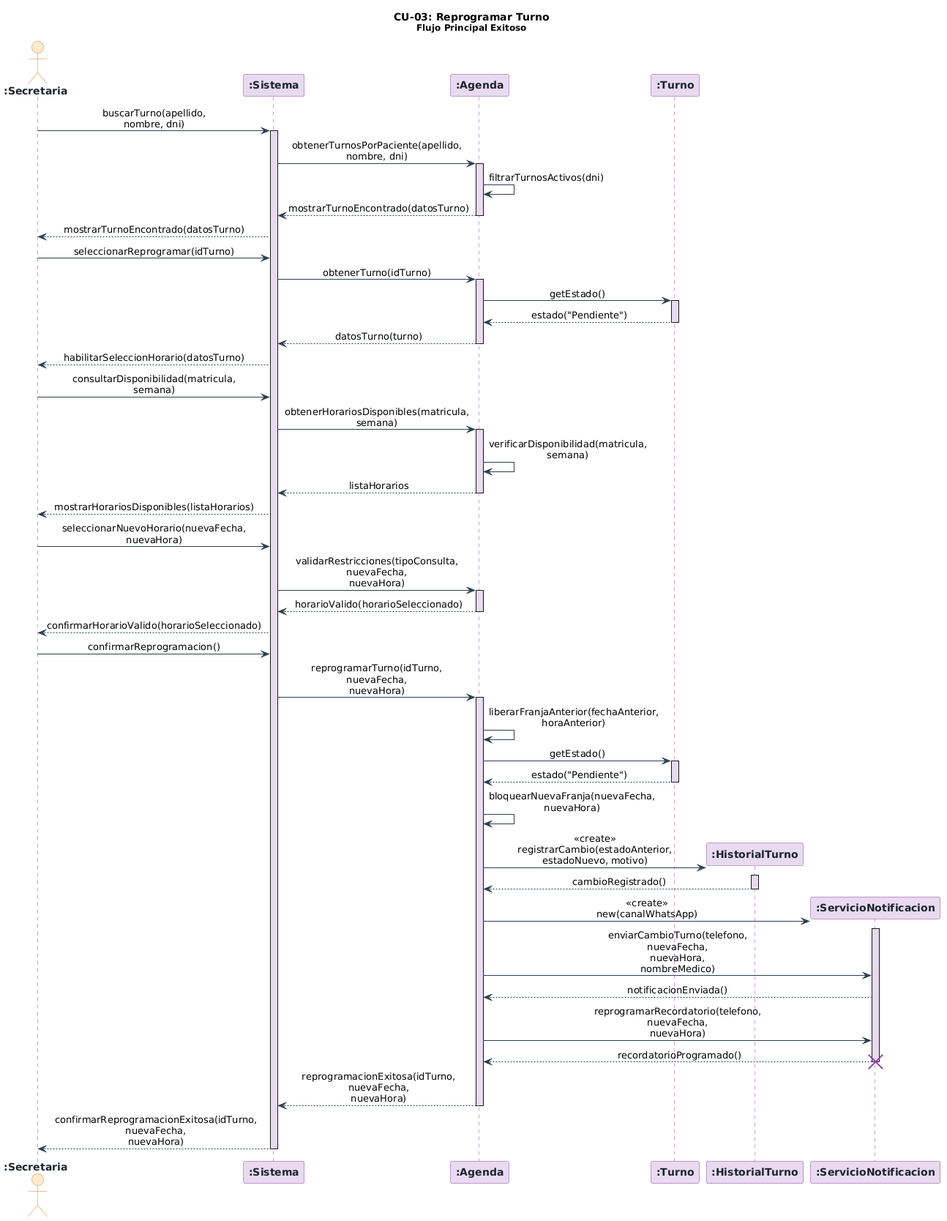
The PlantUML diagram diagramas/05-diagramas-secuencia/05-cu03-reprogramar-turno.png in angelgc9107-lgtm/SistemaTurnosMedicos_GP6, before a commit.
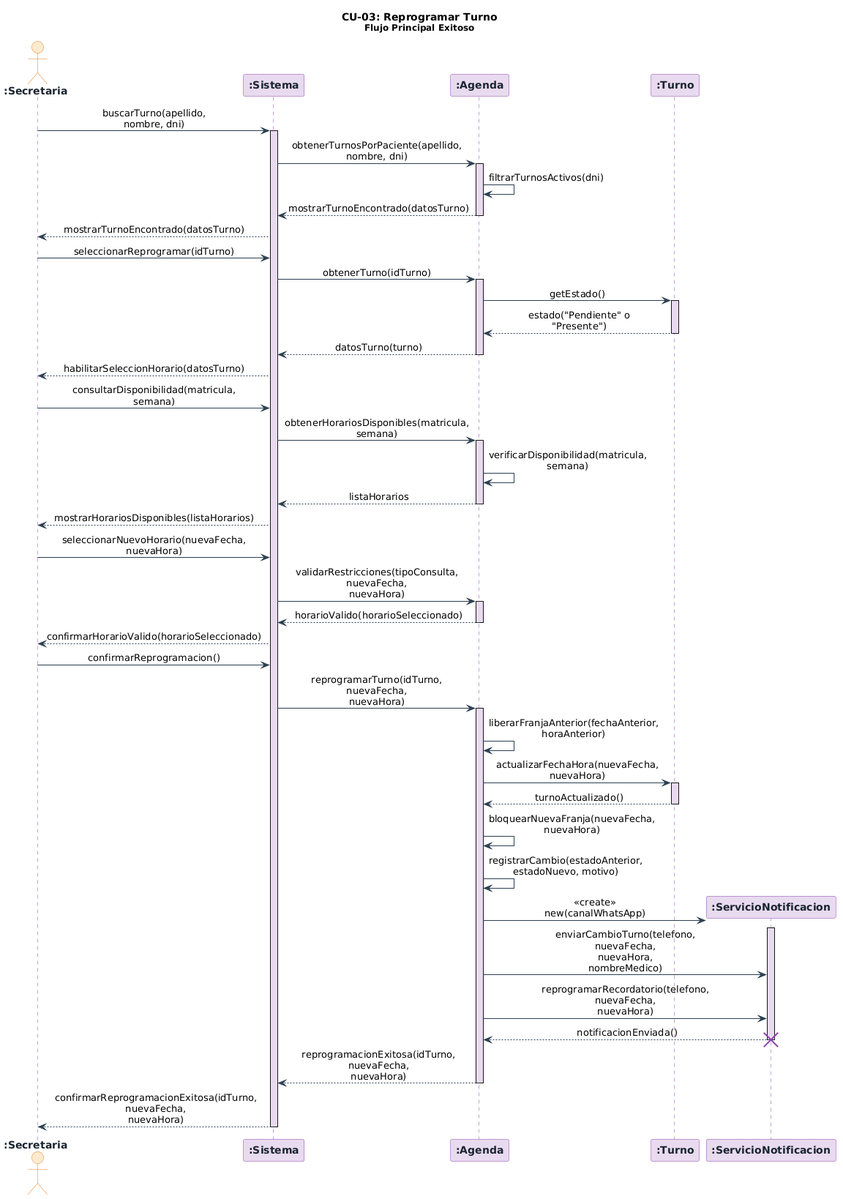
Later version of the same file.

Change to the diagram source:
```diff
@@ -28,7 +28,6 @@
 participant ":Sistema"                  as sistema
 participant ":Agenda"                   as agenda
 participant ":Turno"                    as turno
-participant ":HistorialTurno"           as historialTurno
 participant ":ServicioNotificacion"     as svcNotificacion
 
 secretaria  ->  sistema             : buscarTurno(apellido, nombre, dni)
@@ -45,7 +44,7 @@
 activate agenda
 agenda      ->  turno               : getEstado()
 activate turno
-turno       -->  agenda             : estado("Pendiente")
+turno       -->  agenda             : estado("Pendiente" o "Presente")
 deactivate turno
 agenda      -->  sistema            : datosTurno(turno)
 deactivate agenda
@@ -72,29 +71,22 @@
 
 agenda      ->  agenda              : liberarFranjaAnterior(fechaAnterior, horaAnterior)
 
-agenda      ->  turno               : getEstado()
+agenda      ->  turno               : actualizarFechaHora(nuevaFecha, nuevaHora)
 activate turno
-turno       -->  agenda             : estado("Pendiente")
+turno       -->  agenda             : turnoActualizado()
 deactivate turno
 agenda      ->  agenda              : bloquearNuevaFranja(nuevaFecha, nuevaHora)
 
-create historialTurno
-agenda      ->  historialTurno      : <<create>>\nregistrarCambio(estadoAnterior,\nestadoNuevo, motivo)
-activate historialTurno
-historialTurno -->  agenda          : cambioRegistrado()
-deactivate historialTurno
+agenda      ->  agenda              : registrarCambio(estadoAnterior,\nestadoNuevo, motivo)
 
 create svcNotificacion
 agenda      ->  svcNotificacion     : <<create>>\nnew(canalWhatsApp)
 activate svcNotificacion
-
 agenda      ->  svcNotificacion     : enviarCambioTurno(telefono, nuevaFecha,\nnuevaHora, nombreMedico)
+agenda      ->  svcNotificacion     : reprogramarRecordatorio(telefono,\nnuevaFecha, nuevaHora)
 svcNotificacion -->  agenda         : notificacionEnviada()
-
-agenda      ->  svcNotificacion     : reprogramarRecordatorio(telefono,\nnuevaFecha, nuevaHora)
-svcNotificacion -->  agenda         : recordatorioProgramado()
-
 destroy svcNotificacion
+deactivate svcNotificacion
 
 agenda      -->  sistema            : reprogramacionExitosa(idTurno,\nnuevaFecha, nuevaHora)
 deactivate agenda
```
